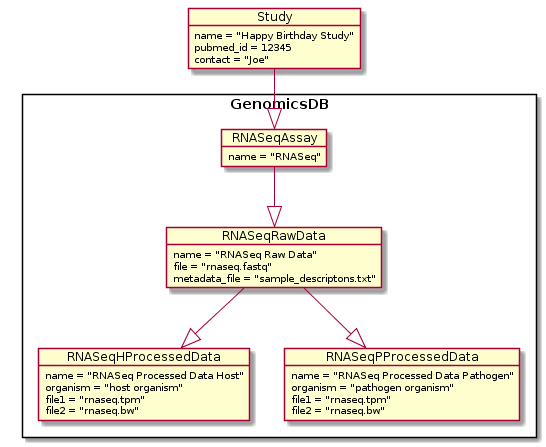
Before: project_planning/images/host_pathogen_assays_uml.png, a diagram exported from PlantUML (jbrestel/org-docs).
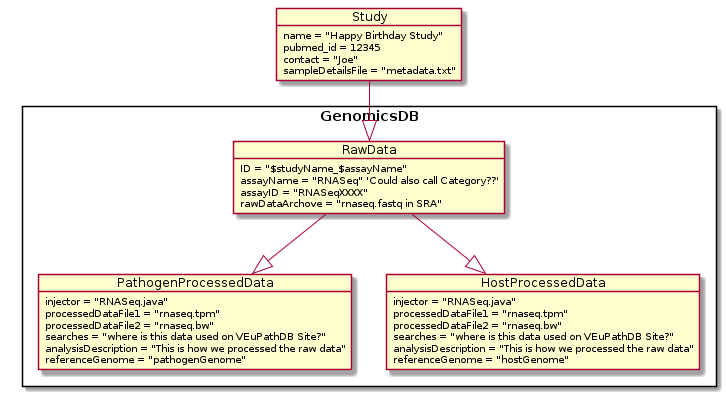
The same file after the commit.

Change to the diagram source:
```diff
@@ -3,33 +3,36 @@
         name = "Happy Birthday Study"
         pubmed_id = 12345
         contact = "Joe"
+        sampleDetailsFile = "metadata.txt"
 }
 rectangle GenomicsDB {
-        object RNASeqAssay {
-                name = "RNASeq"
+        object RawData {
+                ID = "$studyName_$assayName"
+                assayName = "RNASeq" 'Could also call Category??'
+                assayID = "RNASeqXXXX"
+                rawDataArchove = "rnaseq.fastq in SRA"
+        }
+        object PathogenProcessedData {
+                injector = "RNASeq.java"
+                processedDataFile1 = "rnaseq.tpm"
+                processedDataFile2 = "rnaseq.bw"
+                searches = "where is this data used on VEuPathDB Site?"
+                analysisDescription = "This is how we processed the raw data"
+                referenceGenome = "pathogenGenome"
         }
 
-        object RNASeqRawData {
-                name = "RNASeq Raw Data"
-                file = "rnaseq.fastq"
-                metadata_file = "sample_descriptons.txt"
+        object HostProcessedData {
+                injector = "RNASeq.java"
+                processedDataFile1 = "rnaseq.tpm"
+                processedDataFile2 = "rnaseq.bw"
+                searches = "where is this data used on VEuPathDB Site?"
+                analysisDescription = "This is how we processed the raw data"
+                referenceGenome = "hostGenome"
         }
-        object RNASeqHProcessedData {
-                name = "RNASeq Processed Data Host"
-                organism = "host organism"
-                file1 = "rnaseq.tpm"
-                file2 = "rnaseq.bw"
-        }
-        object RNASeqPProcessedData {
-                name = "RNASeq Processed Data Pathogen"
-                organism = "pathogen organism"
-                file1 = "rnaseq.tpm"
-                file2 = "rnaseq.bw"
-        }
-}
 
-Study --|> RNASeqAssay
-RNASeqAssay --|> RNASeqRawData
-RNASeqRawData --|> RNASeqPProcessedData
-RNASeqRawData --|> RNASeqHProcessedData
+    }
+
+  Study --|> RawData
+RawData --|> PathogenProcessedData
+RawData --|> HostProcessedData
 @enduml
```
